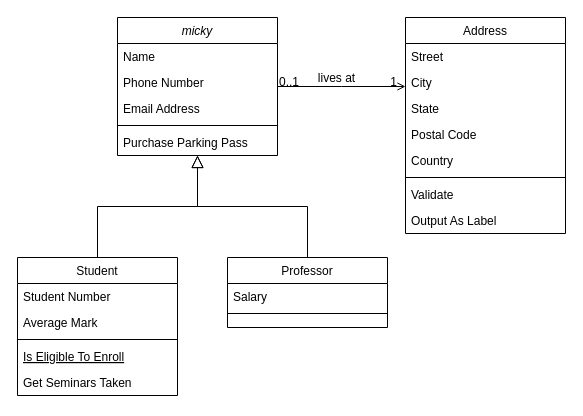
Before: Documents/Diagrama sin título.drawio in KevinAlvarezD/RestAdmin, a draw.io diagram. Source tidied: cells renumbered, new cells numbered last; positions are measured from the earlier drawing's top-left corner, leaving out a move shared by most shapes. Both pictures are drawn from the tidied source at 100%, with x=0, y=0 at pixel (17, 17).
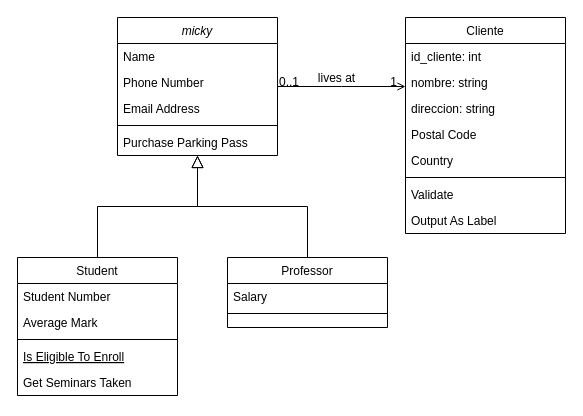
Above is the later version.

Change to the diagram source:
```diff
@@
-    <mxCell id="19" value="Address" style="swimlane;fontStyle=0;align=center;verticalAlign=top;horizontal=1;startSize=26;rounded=0;shadow=0;strokeWidth=1;" parent="1" vertex="1">
+    <mxCell id="19" value="Cliente&#10;" style="swimlane;fontStyle=0;align=center;verticalAlign=top;horizontal=1;startSize=26;rounded=0;shadow=0;strokeWidth=1;" parent="1" vertex="1">
       <mxGeometry x="388" width="160" height="216" as="geometry" />
     </mxCell>
-    <mxCell id="20" value="Street" style="text;align=left;verticalAlign=top;spacingLeft=4;spacingRight=4;overflow=hidden;" parent="19" vertex="1">
+    <mxCell id="20" value="id_cliente: int" style="text;align=left;verticalAlign=top;spacingLeft=4;spacingRight=4;overflow=hidden;" parent="19" vertex="1">
       <mxGeometry y="26" width="160" height="26" as="geometry" />
     </mxCell>
-    <mxCell id="21" value="City" style="text;align=left;verticalAlign=top;spacingLeft=4;spacingRight=4;overflow=hidden;rounded=0;shadow=0;html=0;" parent="19" vertex="1">
+    <mxCell id="21" value="nombre: string" style="text;align=left;verticalAlign=top;spacingLeft=4;spacingRight=4;overflow=hidden;rounded=0;shadow=0;html=0;" parent="19" vertex="1">
       <mxGeometry y="52" width="160" height="26" as="geometry" />
     </mxCell>
-    <mxCell id="22" value="State" style="text;align=left;verticalAlign=top;spacingLeft=4;spacingRight=4;overflow=hidden;rounded=0;shadow=0;html=0;" parent="19" vertex="1">
+    <mxCell id="22" value="direccion: string" style="text;align=left;verticalAlign=top;spacingLeft=4;spacingRight=4;overflow=hidden;rounded=0;shadow=0;html=0;" parent="19" vertex="1">
       <mxGeometry y="78" width="160" height="26" as="geometry" />
     </mxCell>
```
